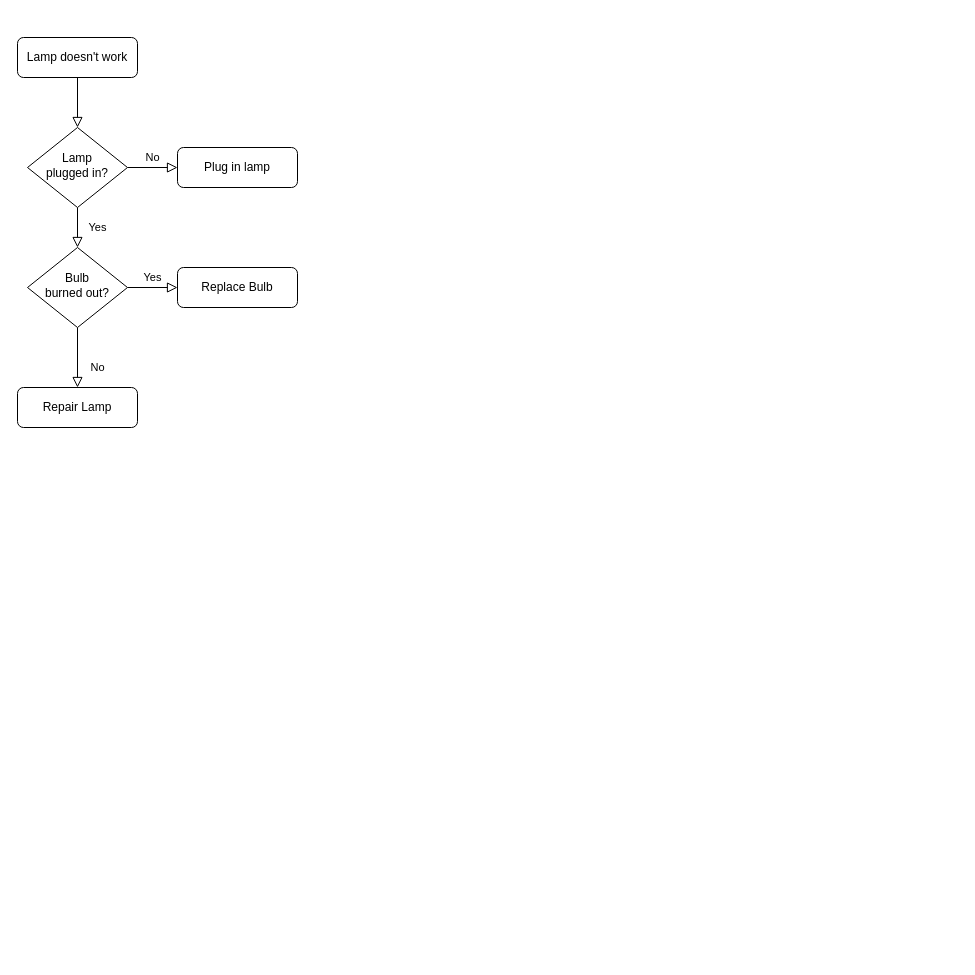
Earlier version of the draw.io diagram 未命名绘图.drawio (Hoemu/Drawio_store). Source tidied: cells renumbered, new cells numbered last; positions are measured from the earlier drawing's top-left corner, leaving out a move shared by most shapes. Both pictures are drawn from the tidied source at 100%, with x=0, y=0 at pixel (17, 37).
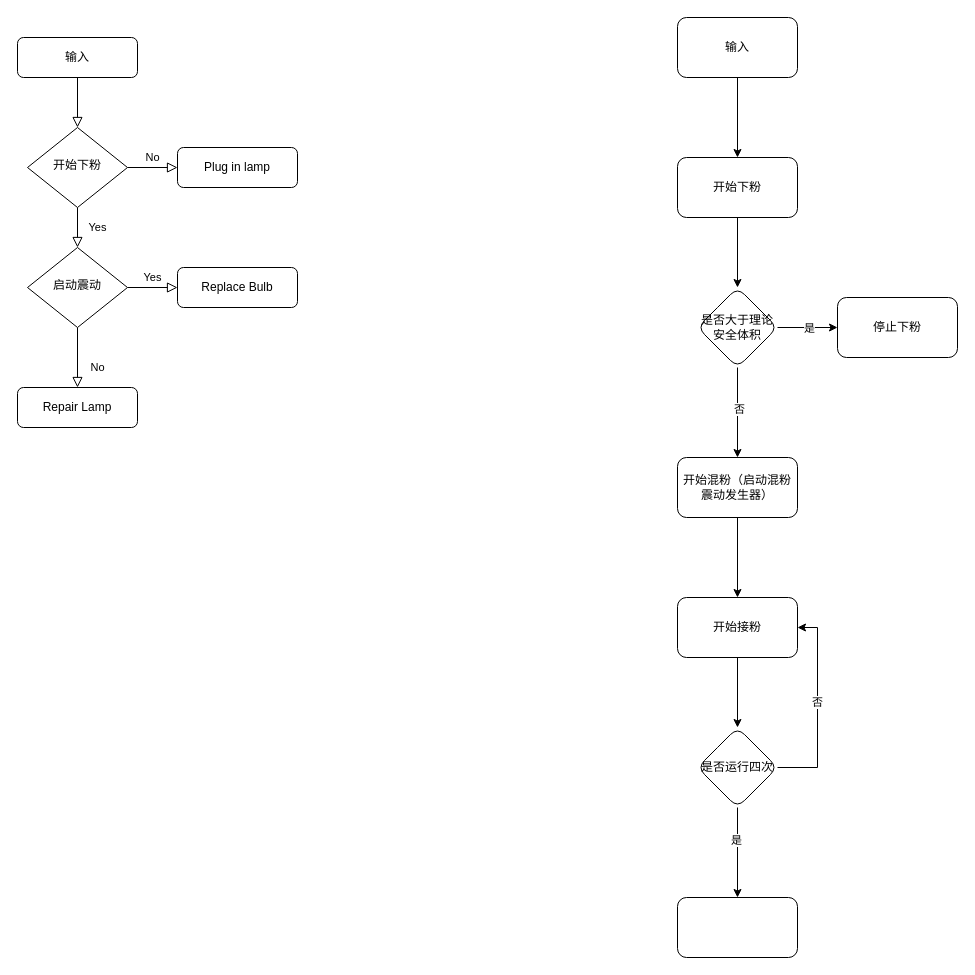
After the change.

Commit message:
更新未命名绘图.drawio

What changed in the source:
```diff
@@
-    <mxCell id="3" value="Lamp doesn't work" style="rounded=1;whiteSpace=wrap;html=1;fontSize=12;glass=0;strokeWidth=1;shadow=0;" parent="1" vertex="1">
+    <mxCell id="3" value="输入" style="rounded=1;whiteSpace=wrap;html=1;fontSize=12;glass=0;strokeWidth=1;shadow=0;" parent="1" vertex="1">
       <mxGeometry width="120" height="40" as="geometry" />
     </mxCell>
@@
-    <mxCell id="6" value="Lamp&lt;br&gt;plugged in?" style="rhombus;whiteSpace=wrap;html=1;shadow=0;fontFamily=Helvetica;fontSize=12;align=center;strokeWidth=1;spacing=6;spacingTop=-4;" parent="1" vertex="1">
+    <mxCell id="6" value="开始下粉" style="rhombus;whiteSpace=wrap;html=1;shadow=0;fontFamily=Helvetica;fontSize=12;align=center;strokeWidth=1;spacing=6;spacingTop=-4;" parent="1" vertex="1">
       <mxGeometry x="10" y="90" width="100" height="80" as="geometry" />
     </mxCell>
@@
-    <mxCell id="10" value="Bulb&lt;br&gt;burned out?" style="rhombus;whiteSpace=wrap;html=1;shadow=0;fontFamily=Helvetica;fontSize=12;align=center;strokeWidth=1;spacing=6;spacingTop=-4;" parent="1" vertex="1">
+    <mxCell id="10" value="启动震动" style="rhombus;whiteSpace=wrap;html=1;shadow=0;fontFamily=Helvetica;fontSize=12;align=center;strokeWidth=1;spacing=6;spacingTop=-4;" parent="1" vertex="1">
       <mxGeometry x="10" y="210" width="100" height="80" as="geometry" />
     </mxCell>
@@
+    <mxCell id="13" style="edgeStyle=orthogonalEdgeStyle;rounded=0;jettySize=auto;html=1;" parent="1" edge="1" source="14" target="16">
+      <mxGeometry relative="1" as="geometry" />
+    </mxCell>
+    <mxCell id="14" value="输入" style="rounded=1;whiteSpace=wrap;html=1;" parent="1" vertex="1">
+      <mxGeometry x="660" y="-20" width="120" height="60" as="geometry" />
+    </mxCell>
+    <mxCell id="15" style="edgeStyle=orthogonalEdgeStyle;rounded=0;jettySize=auto;html=1;" parent="1" edge="1" source="16" target="21">
+      <mxGeometry relative="1" as="geometry" />
+    </mxCell>
+    <mxCell id="16" value="开始下粉" style="whiteSpace=wrap;html=1;rounded=1;" parent="1" vertex="1">
+      <mxGeometry x="660" y="120" width="120" height="60" as="geometry" />
+    </mxCell>
+    <mxCell id="17" style="edgeStyle=orthogonalEdgeStyle;rounded=0;jettySize=auto;html=1;" parent="1" edge="1" source="21" target="22">
+      <mxGeometry relative="1" as="geometry" />
+    </mxCell>
+    <mxCell id="18" value="是" style="edgeLabel;html=1;align=center;verticalAlign=middle;" parent="17" vertex="1">
+      <mxGeometry x="0.03" relative="1" as="geometry" />
+    </mxCell>
+    <mxCell id="19" style="edgeStyle=orthogonalEdgeStyle;rounded=0;jettySize=auto;html=1;" parent="1" edge="1" source="21" target="24">
+      <mxGeometry relative="1" as="geometry" />
+    </mxCell>
+    <mxCell id="20" value="否" style="edgeLabel;html=1;align=center;verticalAlign=middle;" parent="19" vertex="1">
+      <mxGeometry x="-0.09" y="1" relative="1" as="geometry" />
+    </mxCell>
+    <mxCell id="21" value="是否大于理论安全体积" style="rhombus;whiteSpace=wrap;html=1;rounded=1;" parent="1" vertex="1">
+      <mxGeometry x="680" y="250" width="80" height="80" as="geometry" />
+    </mxCell>
+    <mxCell id="22" value="停止下粉" style="whiteSpace=wrap;html=1;rounded=1;" parent="1" vertex="1">
+      <mxGeometry x="820" y="260" width="120" height="60" as="geometry" />
+    </mxCell>
+    <mxCell id="23" style="edgeStyle=orthogonalEdgeStyle;rounded=0;jettySize=auto;html=1;" parent="1" edge="1" source="24" target="26">
+      <mxGeometry relative="1" as="geometry" />
+    </mxCell>
+    <mxCell id="24" value="开始混粉（启动混粉震动发生器）" style="whiteSpace=wrap;html=1;rounded=1;" parent="1" vertex="1">
+      <mxGeometry x="660" y="420" width="120" height="60" as="geometry" />
+    </mxCell>
+    <mxCell id="25" style="edgeStyle=orthogonalEdgeStyle;rounded=0;jettySize=auto;html=1;" parent="1" edge="1" source="26" target="31">
+      <mxGeometry relative="1" as="geometry" />
+    </mxCell>
+    <mxCell id="26" value="开始接粉" style="whiteSpace=wrap;html=1;rounded=1;" parent="1" vertex="1">
+      <mxGeometry x="660" y="560" width="120" height="60" as="geometry" />
+    </mxCell>
+    <mxCell id="27" style="edgeStyle=orthogonalEdgeStyle;rounded=0;jettySize=auto;html=1;entryX=1;entryY=0.5;entryDx=0;entryDy=0;" parent="1" edge="1" source="31" target="26">
+      <mxGeometry relative="1" as="geometry">
+        <Array as="points">
+          <mxPoint x="800" y="730" />
+          <mxPoint x="800" y="590" />
+        </Array>
+      </mxGeometry>
+    </mxCell>
+    <mxCell id="28" value="否" style="edgeLabel;html=1;align=center;verticalAlign=middle;" parent="27" vertex="1">
+      <mxGeometry x="0.06" y="1" relative="1" as="geometry" />
+    </mxCell>
+    <mxCell id="29" style="edgeStyle=orthogonalEdgeStyle;rounded=0;jettySize=auto;html=1;" parent="1" edge="1" source="31" target="32">
+      <mxGeometry relative="1" as="geometry" />
+    </mxCell>
+    <mxCell id="30" value="是" style="edgeLabel;html=1;align=center;verticalAlign=middle;" parent="29" vertex="1">
+      <mxGeometry x="-0.29" y="-2" relative="1" as="geometry" />
+    </mxCell>
+    <mxCell id="31" value="是否运行四次" style="rhombus;whiteSpace=wrap;html=1;rounded=1;" parent="1" vertex="1">
+      <mxGeometry x="680" y="690" width="80" height="80" as="geometry" />
+    </mxCell>
+    <mxCell id="32" style="whiteSpace=wrap;html=1;rounded=1;" parent="1" vertex="1">
+      <mxGeometry x="660" y="860" width="120" height="60" as="geometry" />
+    </mxCell>
```
